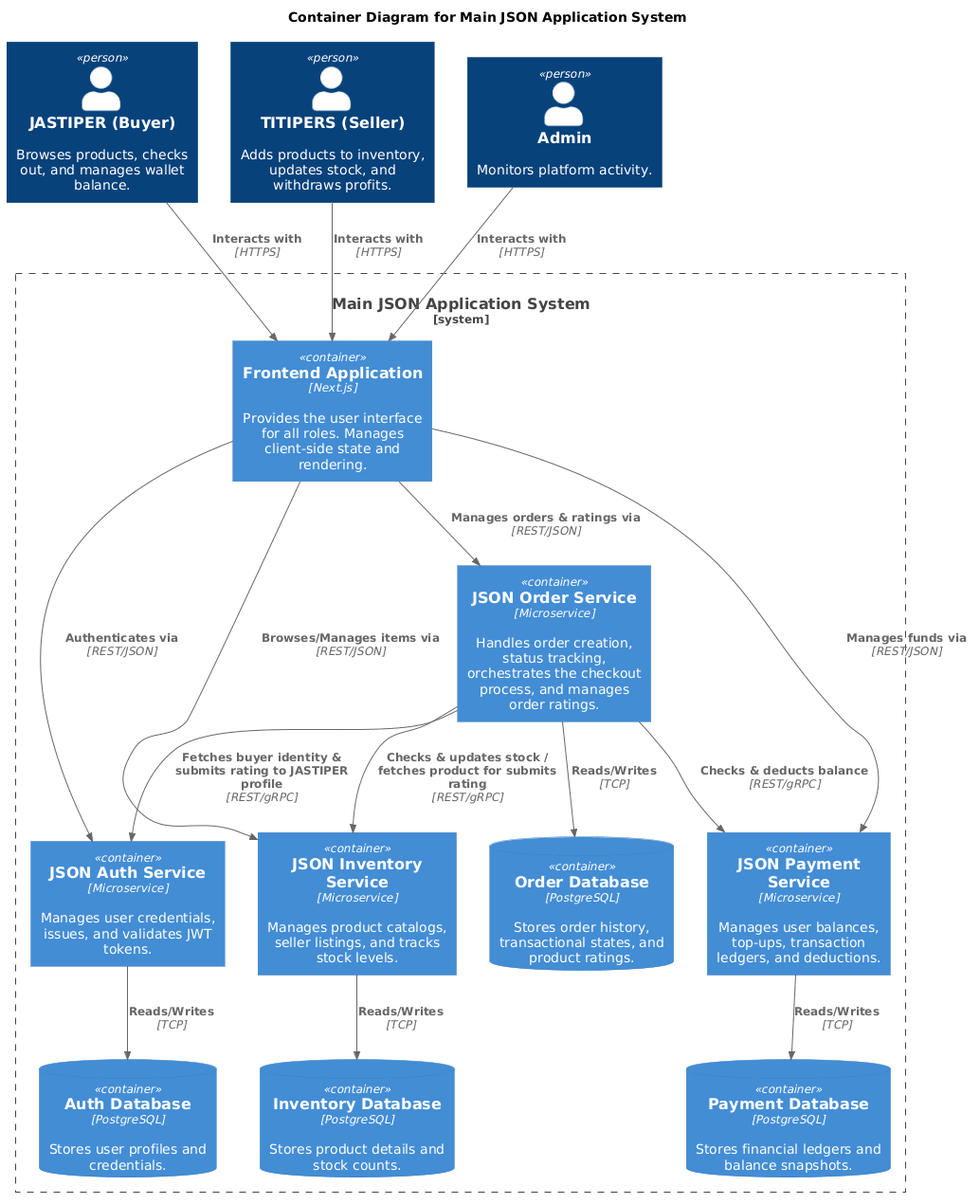
Before: profile/current_container_diagram.png, a diagram exported from PlantUML (advprog-2026-B18-project/.github).
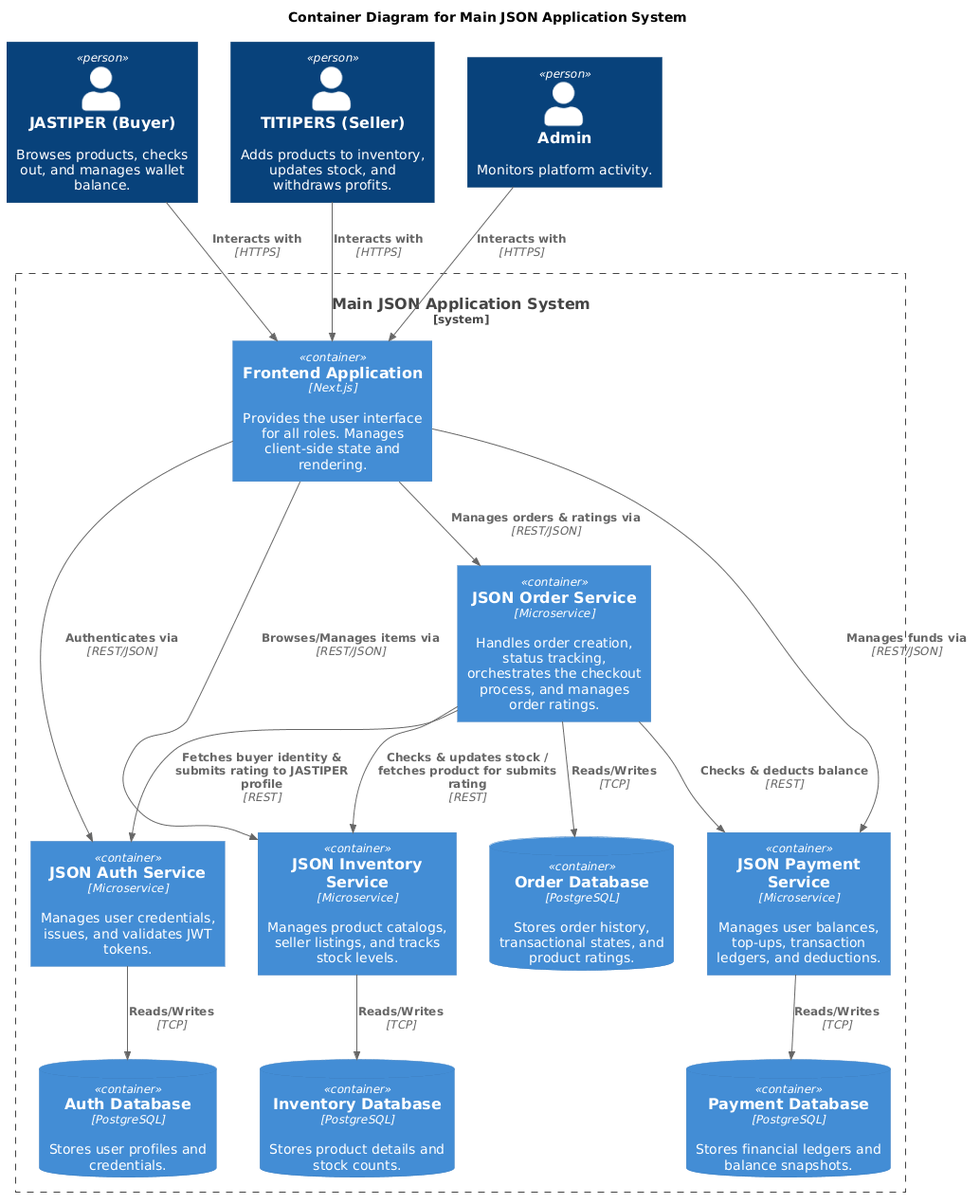
Above is the later version.

Commit message:
1. Update current architecture of the group B18, the context and container diagram

Diff of the diagram source:
```diff
@@ -22,9 +22,9 @@
 Rel(frontend, order_service, "Manages orders & ratings via", "REST/JSON")
 Rel(frontend, inventory_service, "Browses/Manages items via", "REST/JSON")
 Rel(frontend, payment_service, "Manages funds via", "REST/JSON")
-Rel(order_service, payment_service, "Checks & deducts balance", "REST/gRPC")
-Rel(order_service, inventory_service, "Checks & updates stock / fetches product for submits rating", "REST/gRPC")
-Rel(order_service, auth_service, "Fetches buyer identity & submits rating to JASTIPER profile", "REST/gRPC")
+Rel(order_service, payment_service, "Checks & deducts balance", "REST")
+Rel(order_service, inventory_service, "Checks & updates stock / fetches product for submits rating", "REST")
+Rel(order_service, auth_service, "Fetches buyer identity & submits rating to JASTIPER profile", "REST")
 Rel(auth_service, db_auth, "Reads/Writes", "TCP")
 Rel(order_service, db_order, "Reads/Writes", "TCP")
 Rel(inventory_service, db_inventory, "Reads/Writes", "TCP")
```
